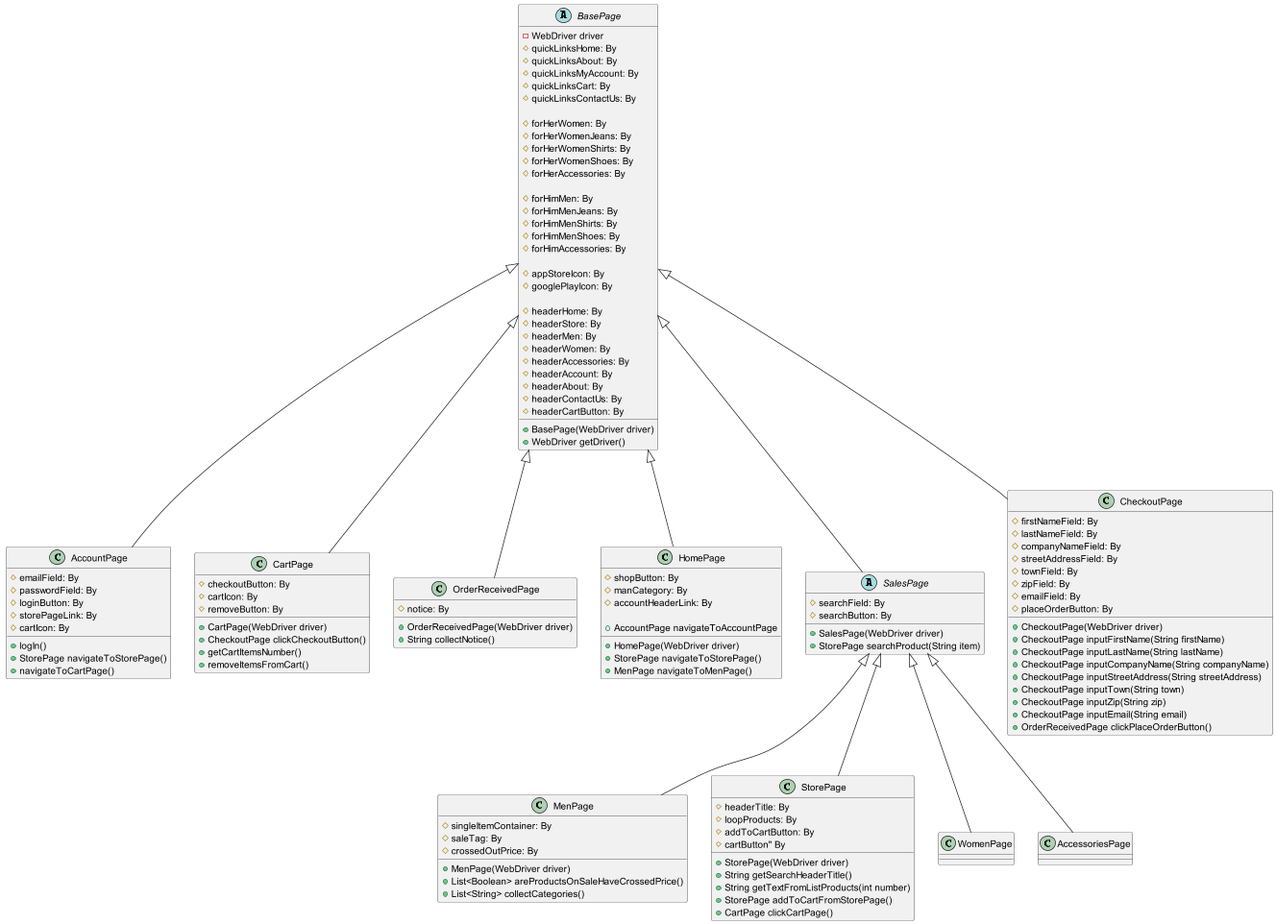
DudeAlex/AlexFall2024 keeps this PlantUML diagram as src/test/java/com/ecommerce/uml/POM_Structure.png. Above is the earlier version. The source it was exported from:
```plantuml
@startuml


abstract class BasePage {
- WebDriver driver
# quickLinksHome: By
# quickLinksAbout: By
# quickLinksMyAccount: By
# quickLinksCart: By
# quickLinksContactUs: By

# forHerWomen: By
# forHerWomenJeans: By
# forHerWomenShirts: By
# forHerWomenShoes: By
# forHerAccessories: By

# forHimMen: By
# forHimMenJeans: By
# forHimMenShirts: By
# forHimMenShoes: By
# forHimAccessories: By

# appStoreIcon: By
# googlePlayIcon: By

# headerHome: By
# headerStore: By
# headerMen: By
# headerWomen: By
# headerAccessories: By
# headerAccount: By
# headerAbout: By
# headerContactUs: By
# headerCartButton: By

+ BasePage(WebDriver driver)
+ WebDriver getDriver()

}
class AccountPage {
# emailField: By
# passwordField: By
# loginButton: By
# storePageLink: By
# cartIcon: By
+ logIn()
+ StorePage navigateToStorePage()
+ navigateToCartPage()
}

class CartPage {
# checkoutButton: By
# cartIcon: By
# removeButton: By
+ CartPage(WebDriver driver)
+ CheckoutPage clickCheckoutButton()
+ getCartItemsNumber()
+ removeItemsFromCart()
}

class OrderReceivedPage {
# notice: By

+ OrderReceivedPage(WebDriver driver)
+ String collectNotice()

}

class HomePage{
# shopButton: By
# manCategory: By
# accountHeaderLink: By

+ HomePage(WebDriver driver)
+ StorePage navigateToStorePage()
+ MenPage navigateToMenPage()
+ AccountPage navigateToAccountPage

}

class MenPage{
# singleItemContainer: By
# saleTag: By
# crossedOutPrice: By
+ MenPage(WebDriver driver)
+ List<Boolean> areProductsOnSaleHaveCrossedPrice()
+ List<String> collectCategories()

}
abstract class SalesPage{
# searchField: By
# searchButton: By

+ SalesPage(WebDriver driver)
+ StorePage searchProduct(String item)

}
class CheckoutPage{
# firstNameField: By
# lastNameField: By
# companyNameField: By
# streetAddressField: By
# townField: By
# zipField: By
# emailField: By
# placeOrderButton: By
+ CheckoutPage(WebDriver driver)
+ CheckoutPage inputFirstName(String firstName)
+ CheckoutPage inputLastName(String lastName)
+ CheckoutPage inputCompanyName(String companyName)
+ CheckoutPage inputStreetAddress(String streetAddress)
+ CheckoutPage inputTown(String town)
+ CheckoutPage inputZip(String zip)
+ CheckoutPage inputEmail(String email)
+ OrderReceivedPage clickPlaceOrderButton()
}
class StorePage{
# headerTitle: By
# loopProducts: By
# addToCartButton: By
# cartButton" By

+ StorePage(WebDriver driver)
+ String getSearchHeaderTitle()
+ String getTextFromListProducts(int number)
+ StorePage addToCartFromStorePage()
+ CartPage clickCartPage()
}

BasePage <|-- AccountPage
BasePage <|-- CartPage
BasePage <|-- CheckoutPage
BasePage <|-- HomePage
BasePage <|-- SalesPage
SalesPage <|-- MenPage
SalesPage <|-- WomenPage
SalesPage <|-- StorePage
SalesPage <|-- AccessoriesPage
BasePage <|-- OrderReceivedPage

@enduml
```
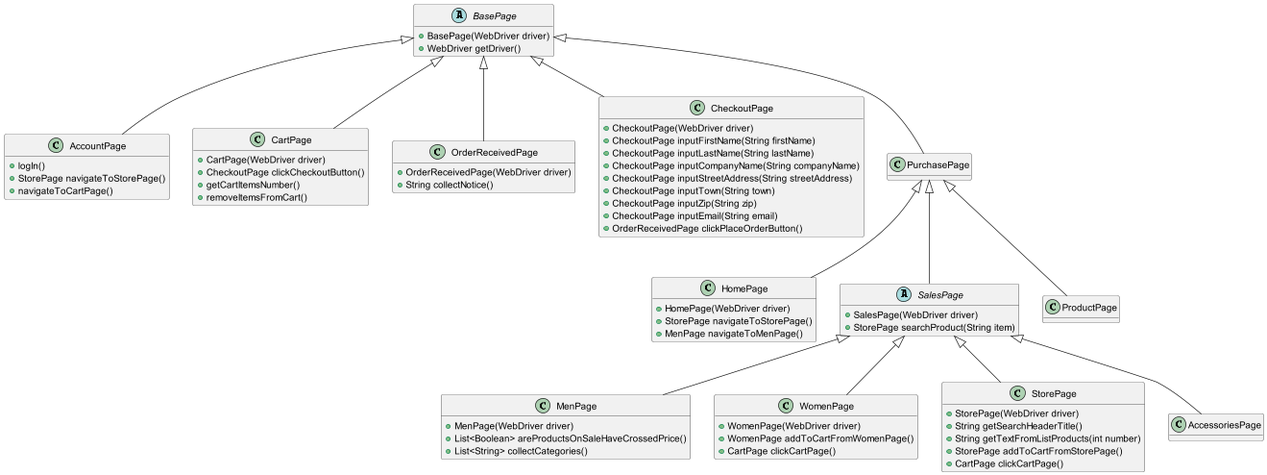
Above is the later version.

Commit message:
work in progress refactored POM structure added abstract class PurchasePage added class ProductPage refactored POM UML

What changed in the source:
```diff
@@ -1,5 +1,6 @@
 @startuml
 
+ hide fields
 
 abstract class BasePage {
 - WebDriver driver
@@ -83,11 +84,23 @@
 # singleItemContainer: By
 # saleTag: By
 # crossedOutPrice: By
+
 + MenPage(WebDriver driver)
 + List<Boolean> areProductsOnSaleHaveCrossedPrice()
 + List<String> collectCategories()
 
 }
+
+class WomenPage{
+# addToCartButton: By
+# cartButton: By
+
++ WomenPage(WebDriver driver)
++ WomenPage addToCartFromWomenPage()
++ CartPage clickCartPage()
+
+}
+
 abstract class SalesPage{
 # searchField: By
 # searchButton: By
@@ -96,6 +109,7 @@
 + StorePage searchProduct(String item)
 
 }
+
 class CheckoutPage{
 # firstNameField: By
 # lastNameField: By
@@ -131,12 +145,16 @@
 BasePage <|-- AccountPage
 BasePage <|-- CartPage
 BasePage <|-- CheckoutPage
-BasePage <|-- HomePage
-BasePage <|-- SalesPage
+BasePage <|-- OrderReceivedPage
+BasePage <|-- PurchasePage
+
+PurchasePage <|-- HomePage
+PurchasePage <|-- ProductPage
+PurchasePage <|-- SalesPage
+
 SalesPage <|-- MenPage
 SalesPage <|-- WomenPage
 SalesPage <|-- StorePage
 SalesPage <|-- AccessoriesPage
-BasePage <|-- OrderReceivedPage
 
 @enduml
```
